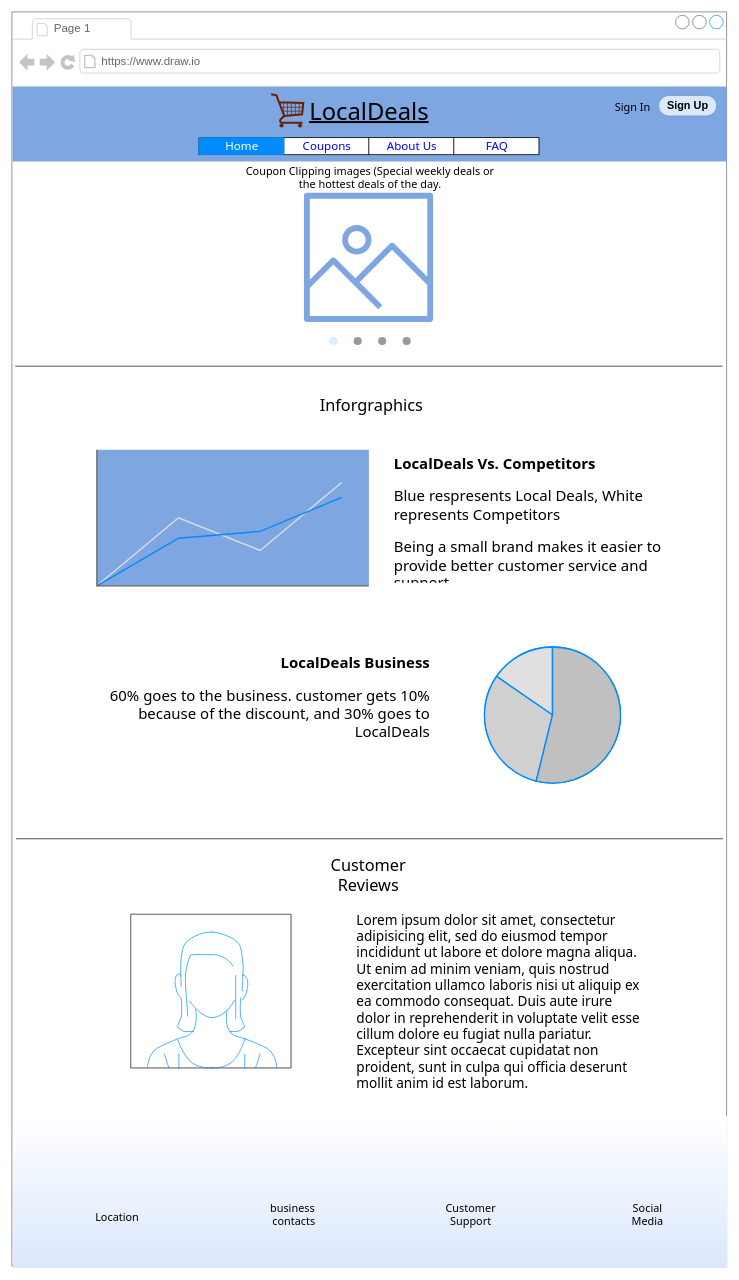
The draw.io diagram page "Home screen" (1 of 9) of coupon.drawio in EsmeraldaAca/UIDesign, before the edit. Source tidied: cells renumbered, new cells numbered last; positions are measured from the earlier drawing's top-left corner, leaving out a move shared by most shapes. Both pictures are drawn from the tidied source at 68%, with x=0, y=0 at pixel (12, 12). Pictures stored in the file or linked from it are replaced by grey dashed boxes.
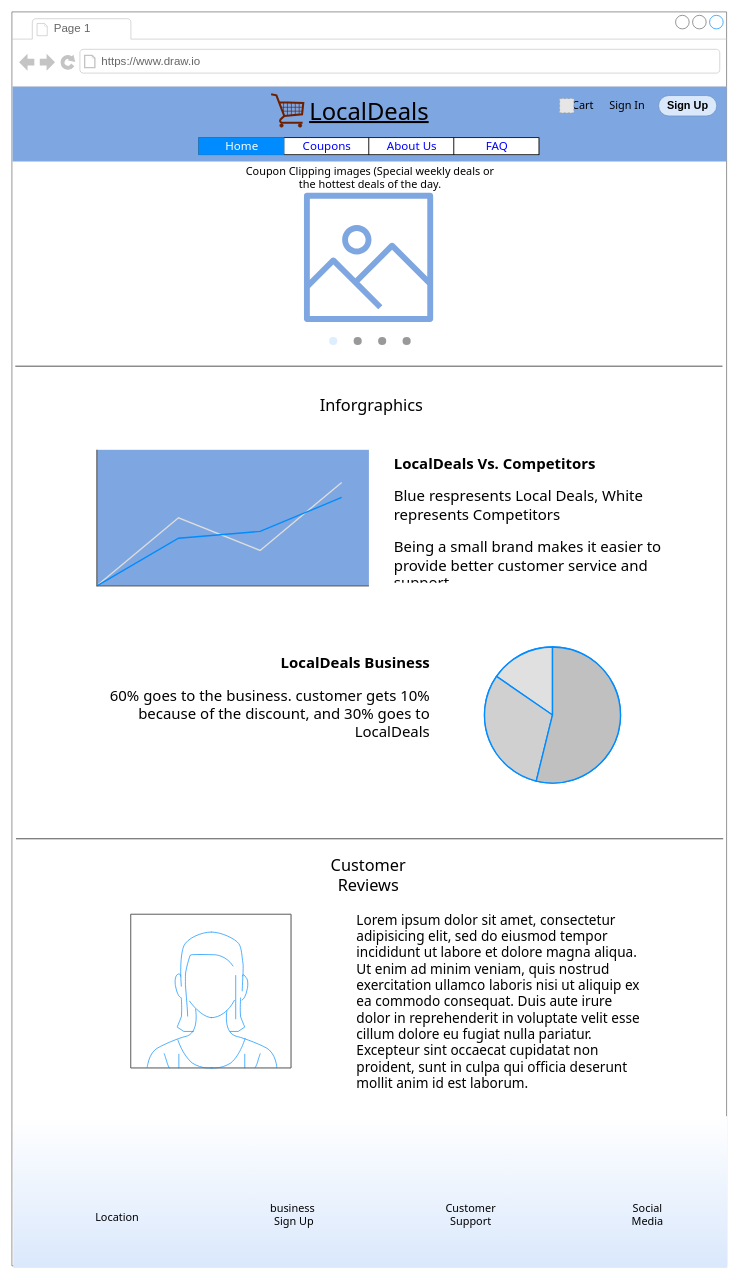
After the change.

Unchanged cells that the change refers to:
```xml
<mxCell id="2" style="strokeWidth=1;shadow=0;dashed=0;align=center;html=1;shape=mxgraph.mockup.containers.browserWindow;rSize=0;strokeColor=#666666;strokeColor2=#008cff;strokeColor3=#c4c4c4;mainText=,;" parent="1" vertex="1">
  <mxGeometry width="1051" height="1844" as="geometry" />
</mxCell>
```

Diff of the diagram source:
```diff
@@
-    <mxCell id="6" value="Sign Up" style="rounded=1;html=1;shadow=0;dashed=0;whiteSpace=wrap;fontSize=16;fillColor=#dae8fc;align=center;strokeColor=#6c8ebf;fontStyle=1;arcSize=50;" parent="2" vertex="1">
-      <mxGeometry x="951" y="123" width="85.5" height="30" as="geometry" />
-    </mxCell>
@@
-    <mxCell id="25" value="&lt;font style=&quot;font-size: 16px;&quot;&gt;Sign In&lt;/font&gt;" style="text;html=1;strokeColor=none;fillColor=none;align=center;verticalAlign=middle;whiteSpace=wrap;rounded=0;shadow=0;labelBackgroundColor=none;labelBorderColor=none;fontFamily=Tahoma;fontSize=24;fontColor=none;" parent="2" vertex="1">
-      <mxGeometry x="883" y="122" width="60" height="30" as="geometry" />
-    </mxCell>
@@
-    <mxCell id="30" value="business&amp;nbsp; contacts" style="text;html=1;strokeColor=none;fillColor=none;align=center;verticalAlign=middle;whiteSpace=wrap;rounded=0;shadow=0;labelBackgroundColor=none;labelBorderColor=none;fontFamily=Tahoma;fontSize=16;fontColor=#000000;" parent="1" vertex="1">
+    <mxCell id="30" value="business&amp;nbsp; Sign Up" style="text;html=1;strokeColor=none;fillColor=none;align=center;verticalAlign=middle;whiteSpace=wrap;rounded=0;shadow=0;labelBackgroundColor=none;labelBorderColor=none;fontFamily=Tahoma;fontSize=16;fontColor=#000000;" parent="1" vertex="1">
       <mxGeometry x="385" y="1754" width="60" height="30" as="geometry" />
     </mxCell>
@@
+    <mxCell id="25" value="Sign In" style="text;html=1;strokeColor=none;fillColor=none;align=center;verticalAlign=middle;whiteSpace=wrap;rounded=0;shadow=0;labelBackgroundColor=none;labelBorderColor=none;fontFamily=Tahoma;fontSize=16;fontColor=#000000;" parent="1" vertex="1">
+      <mxGeometry x="875" y="123" width="60" height="30" as="geometry" />
+    </mxCell>
+    <mxCell id="33" value="&lt;font style=&quot;font-size: 16px;&quot; color=&quot;#000000&quot;&gt;Cart&lt;/font&gt;" style="text;html=1;strokeColor=none;fillColor=none;align=center;verticalAlign=middle;whiteSpace=wrap;rounded=0;shadow=1;labelBackgroundColor=none;labelBorderColor=none;fontFamily=Tahoma;fontSize=15;fontColor=#7EA6E0;opacity=60;" parent="1" vertex="1">
+      <mxGeometry x="810" y="123" width="60" height="30" as="geometry" />
+    </mxCell>
+    <mxCell id="34" style="fillColor=#E6E6E6;strokeColor=#999999;dashed=1;html=1;verticalAlign=top;verticalLabelPosition=bottom;labelBackgroundColor=#ffffff;fontFamily=Tahoma;fontSize=16;fontColor=#000000;" parent="1" vertex="1">
+      <mxGeometry x="805.5" y="127.5" width="21" height="21" as="geometry" />
+    </mxCell>
+    <mxCell id="6" value="Sign Up" style="rounded=1;html=1;shadow=0;dashed=0;whiteSpace=wrap;fontSize=16;fillColor=#dae8fc;align=center;strokeColor=#6c8ebf;fontStyle=1;arcSize=50;" parent="1" vertex="1">
+      <mxGeometry x="951" y="123" width="85.5" height="30" as="geometry" />
+    </mxCell>
```
